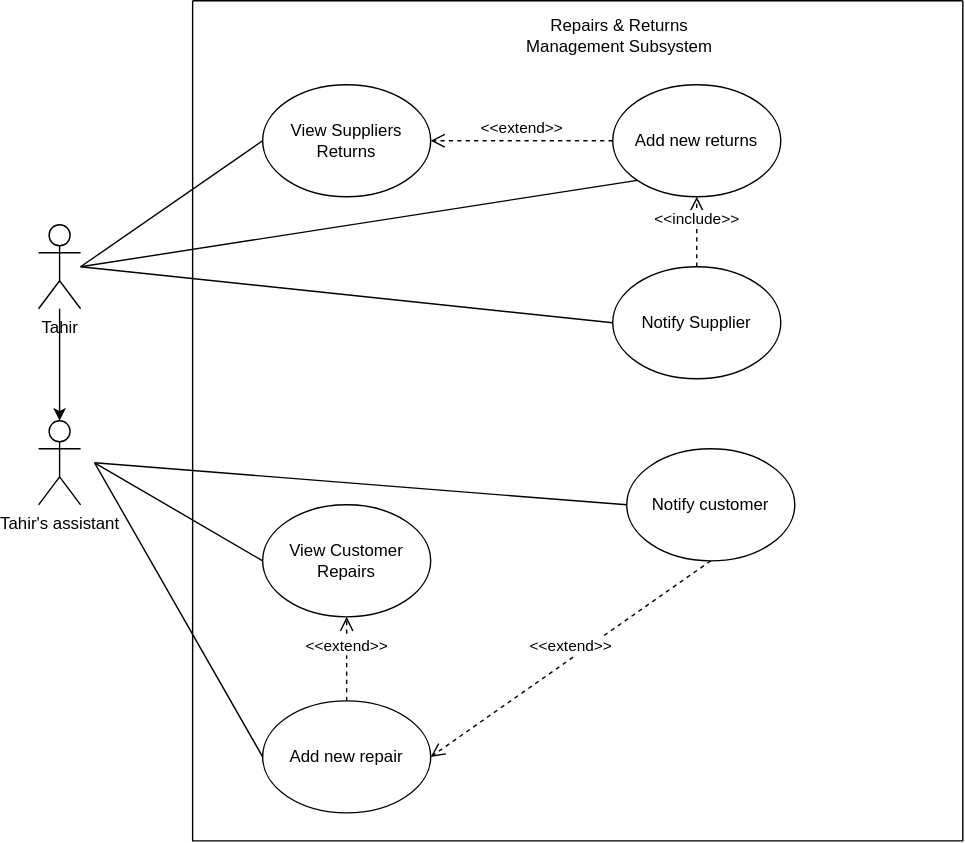
The draw.io diagram Repairs and Damages.drawio.svg in Simamkele88/IFM3_GP, before a commit. Source tidied: cells renumbered, new cells last; positions are measured from the earlier drawing's top-left corner, leaving out a move shared by most shapes.
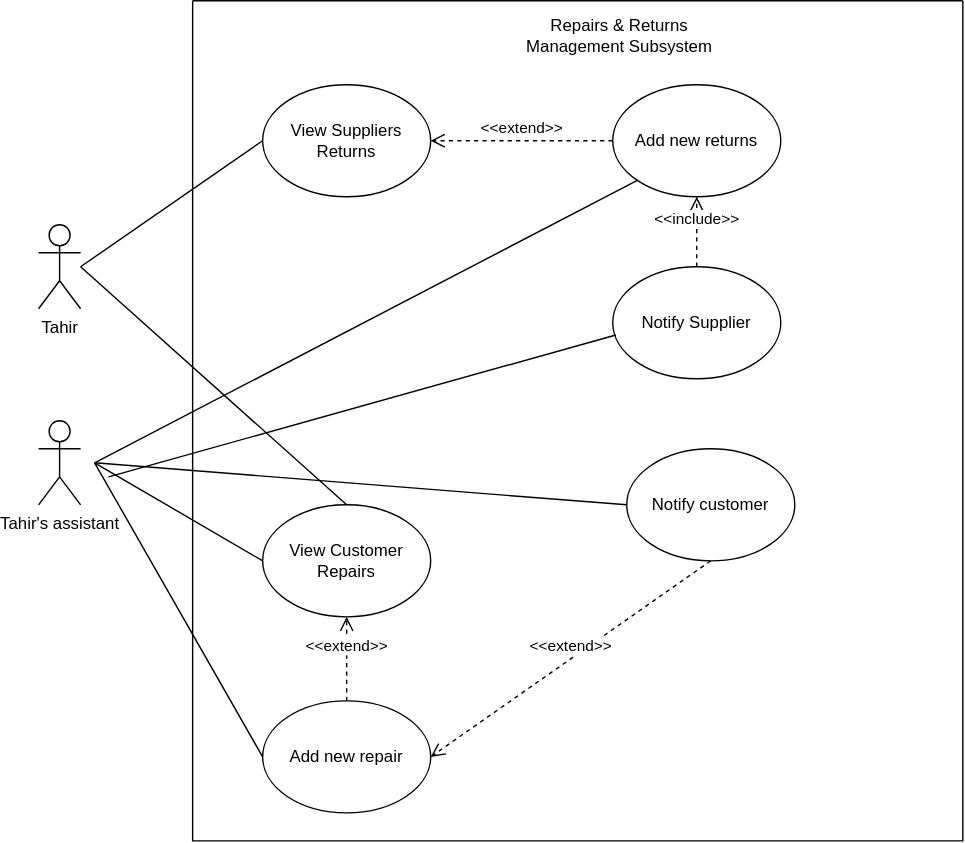
The same diagram one commit later.

Diff of the diagram source:
```diff
@@ -38,17 +38,9 @@
     <mxCell id="13" value="&amp;lt;&amp;lt;include&amp;gt;&amp;gt;" style="html=1;verticalAlign=bottom;endArrow=open;dashed=1;endSize=8;curved=0;rounded=0;exitX=0.5;exitY=0;exitDx=0;exitDy=0;entryX=0.5;entryY=1;entryDx=0;entryDy=0;" parent="2" edge="1" source="5" target="6">
       <mxGeometry relative="1" as="geometry" />
     </mxCell>
-    <mxCell id="14" style="endArrow=none;html=1;rounded=0;entryX=0;entryY=1;entryDx=0;entryDy=0;" parent="2" edge="1" target="6">
-      <mxGeometry relative="1" as="geometry">
-        <mxPoint x="-80" y="190" as="sourcePoint" />
-      </mxGeometry>
-    </mxCell>
     <mxCell id="15" value="Tahir's assistant" style="shape=umlActor;verticalLabelPosition=bottom;verticalAlign=top;html=1;outlineConnect=0;" parent="1" vertex="1">
       <mxGeometry y="300" width="30" height="60" as="geometry" />
     </mxCell>
-    <mxCell id="16" style="edgeStyle=orthogonalEdgeStyle;rounded=0;jettySize=auto;html=1;" parent="1" edge="1" source="17" target="15">
-      <mxGeometry relative="1" as="geometry" />
-    </mxCell>
     <mxCell id="17" value="Tahir" style="shape=umlActor;verticalLabelPosition=bottom;verticalAlign=top;html=1;outlineConnect=0;" parent="1" vertex="1">
       <mxGeometry y="160" width="30" height="60" as="geometry" />
     </mxCell>
@@ -72,10 +64,20 @@
         <mxPoint x="40" y="330" as="sourcePoint" />
       </mxGeometry>
     </mxCell>
-    <mxCell id="22" style="endArrow=none;html=1;rounded=0;entryX=0;entryY=0.5;entryDx=0;entryDy=0;" parent="1" edge="1" target="5">
+    <mxCell id="22" style="endArrow=none;html=1;rounded=0;entryX=0.5;entryY=0;entryDx=0;entryDy=0;" parent="1" edge="1" target="8">
       <mxGeometry relative="1" as="geometry">
         <mxPoint x="30" y="190" as="sourcePoint" />
       </mxGeometry>
     </mxCell>
+    <mxCell id="23" style="endArrow=none;html=1;rounded=0;entryX=0;entryY=1;entryDx=0;entryDy=0;" parent="1" edge="1" target="6">
+      <mxGeometry relative="1" as="geometry">
+        <mxPoint x="40" y="330" as="sourcePoint" />
+      </mxGeometry>
+    </mxCell>
+    <mxCell id="24" style="endArrow=none;html=1;rounded=0;entryX=0.019;entryY=0.609;entryDx=0;entryDy=0;entryPerimeter=0;" parent="1" edge="1" target="5">
+      <mxGeometry relative="1" as="geometry">
+        <mxPoint x="50" y="340" as="sourcePoint" />
+      </mxGeometry>
+    </mxCell>
   </root>
 </mxGraphModel>
```
